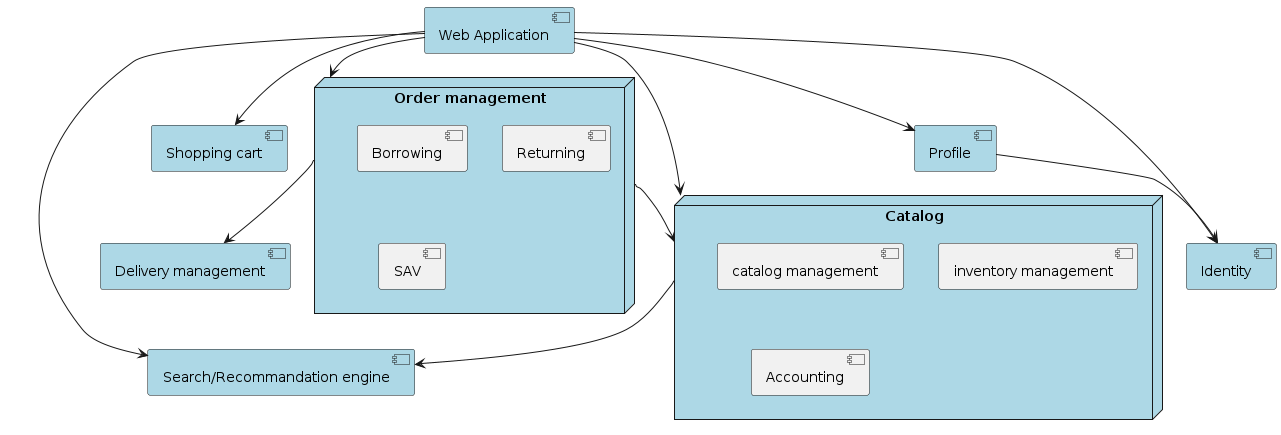
The PlantUML diagram out/microservice/microservice.png in movies-albrains/.github, before a commit.
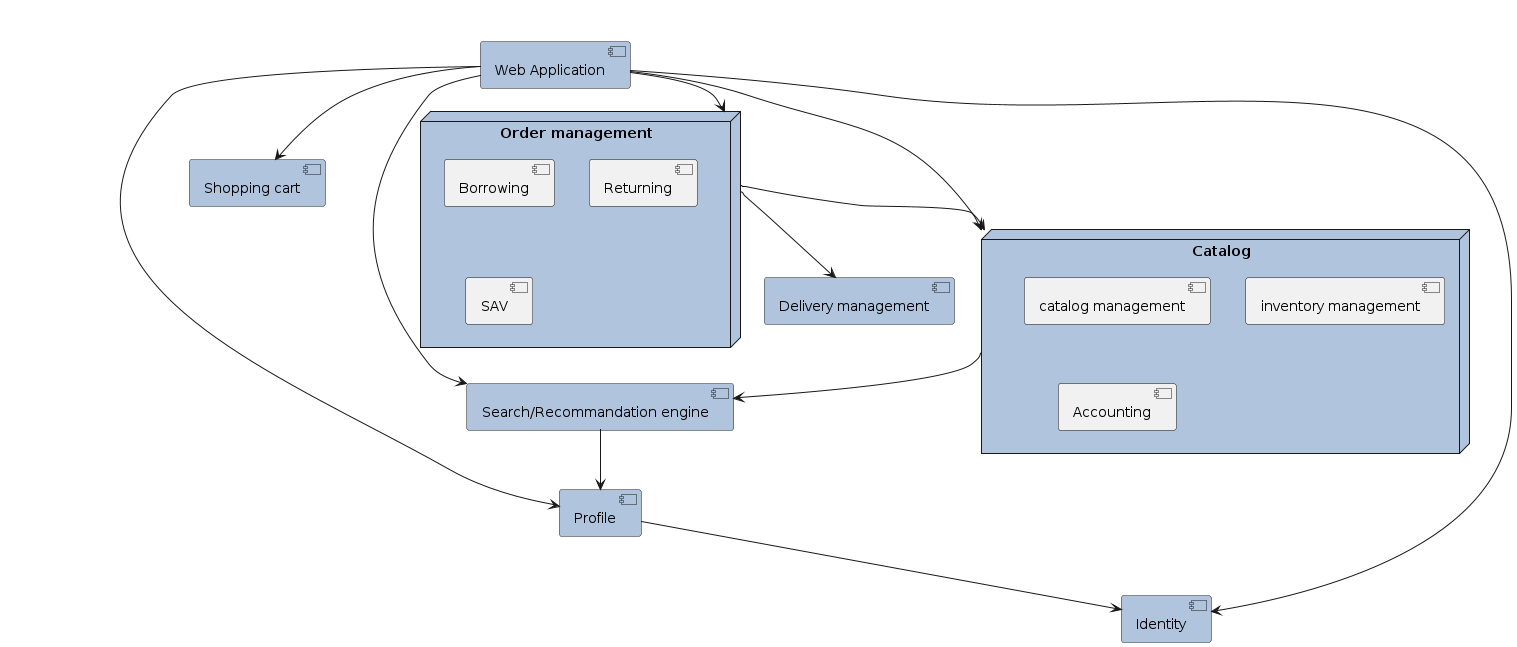
After the commit.

Commit message:
update microservice diagram

Diff of the diagram source:
```diff
@@ -1,28 +1,28 @@
 @startuml
 
-component "Web Application" #LightBlue
+component "Web Application" #LightSteelBlue
 
-component "Search/Recommandation engine" #LightBlue
+component "Search/Recommandation engine" #LightSteelBlue
 
-node "Order management" #LightBlue {
+node "Order management" #LightSteelBlue {
     [Borrowing]
     [Returning]
     [SAV]
 }
 
-component "Shopping cart" #LightBlue
+component "Shopping cart" #LightSteelBlue
 
-component "Delivery management" #LightBlue
+component "Delivery management" #LightSteelBlue
 
-node "Catalog" #LightBlue {
+node "Catalog" #LightSteelBlue {
     [catalog management]
     [inventory management]
     [Accounting]
 }
 
-component "Profile" #LightBlue
+component "Profile" #LightSteelBlue
 
-component "Identity" #LightBlue
+component "Identity" #LightSteelBlue
 
 "Web Application" --> Catalog
 "Web Application" --> Profile
@@ -31,6 +31,7 @@
 "Web Application" --> "Shopping cart"
 "Web Application" --> "Order management"
 Catalog --> "Search/Recommandation engine"
+"Search/Recommandation engine" --> Profile
 "Order management" --> Catalog
 "Order management" --> "Delivery management"
 Profile --> Identity
```
